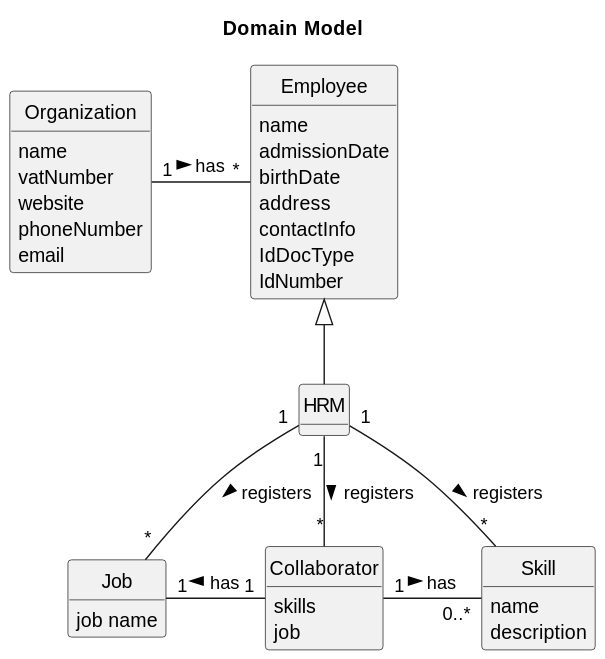
Rui-San/LAPR2_2023_2024 keeps this PlantUML diagram as docs/sprintA/us003/02.analysis/svg/us003-domain-model.svg. Above is the earlier version. Source of this version:
```plantuml
@startuml
skinparam monochrome true
skinparam packageStyle rectangle
skinparam shadowing false
skinparam classAttributeIconSize 0
hide circle
hide methods

title Domain Model

class Organization {
    name
    vatNumber
    website
    phoneNumber
    email
}

class Employee {
    name
    admissionDate
    birthDate
    address
    contactInfo
    IdDocType
    IdNumber
}

class HRM{

}

class Collaborator{
    skills
    job
}

class Skill{
    name
    description
}

class Job{
    job name
}

Organization "1" --right "*" Employee : "has >"
HRM --up|> Employee
HRM "1" -- "*" Job : "registers >"
HRM "1" -- "*" Collaborator : "registers >"
HRM "1" -- "*" Skill : "registers >"
Collaborator "1" --right "0..*" Skill : "has >"
Collaborator "1" --left "1" Job : "has >"
@enduml
```
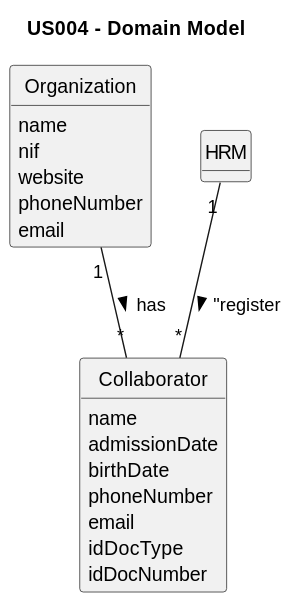
Later version of the same file.

Commit message:
Created SVG files for US01, US02, US03 and US04 Domain Models

Diff of the diagram source:
```diff
@@ -2,28 +2,20 @@
 skinparam monochrome true
 skinparam packageStyle rectangle
 skinparam shadowing false
+
 skinparam classAttributeIconSize 0
+
 hide circle
 hide methods
 
-title Domain Model
+title US004 - Domain Model
 
 class Organization {
     name
-    vatNumber
+    nif
     website
     phoneNumber
     email
-}
-
-class Employee {
-    name
-    admissionDate
-    birthDate
-    address
-    contactInfo
-    IdDocType
-    IdNumber
 }
 
 class HRM{
@@ -31,24 +23,15 @@
 }
 
 class Collaborator{
-    skills
-    job
+    name
+    admissionDate
+    birthDate
+    phoneNumber
+    email
+    idDocType
+    idDocNumber
 }
 
-class Skill{
-    name
-    description
-}
-
-class Job{
-    job name
-}
-
-Organization "1" --right "*" Employee : "has >"
-HRM --up|> Employee
-HRM "1" -- "*" Job : "registers >"
-HRM "1" -- "*" Collaborator : "registers >"
-HRM "1" -- "*" Skill : "registers >"
-Collaborator "1" --right "0..*" Skill : "has >"
-Collaborator "1" --left "1" Job : "has >"
+HRM "1" -- "*" Collaborator : "register >
+Organization "1" -- "*" Collaborator : "has >"
 @enduml
```
